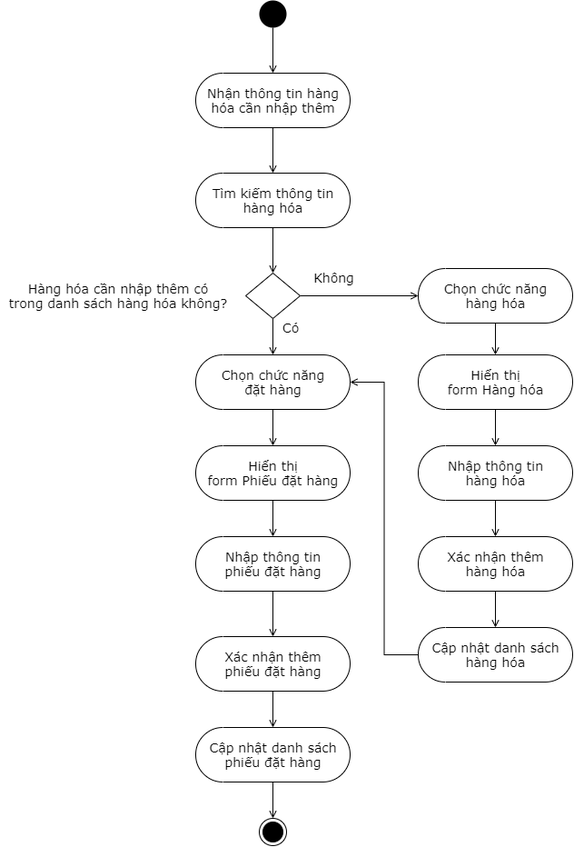
This is Phan_Tich_Thiet_Ke/Diagram/Activity_Diagram/Activity_Diagram_QuanLyKho_DatHang.png from KNhaa/DoAnCNPM, a draw.io export, as it was before one commit. Source tidied: cells renumbered, new cells last; positions are measured from the earlier drawing's top-left corner, leaving out a move shared by most shapes.
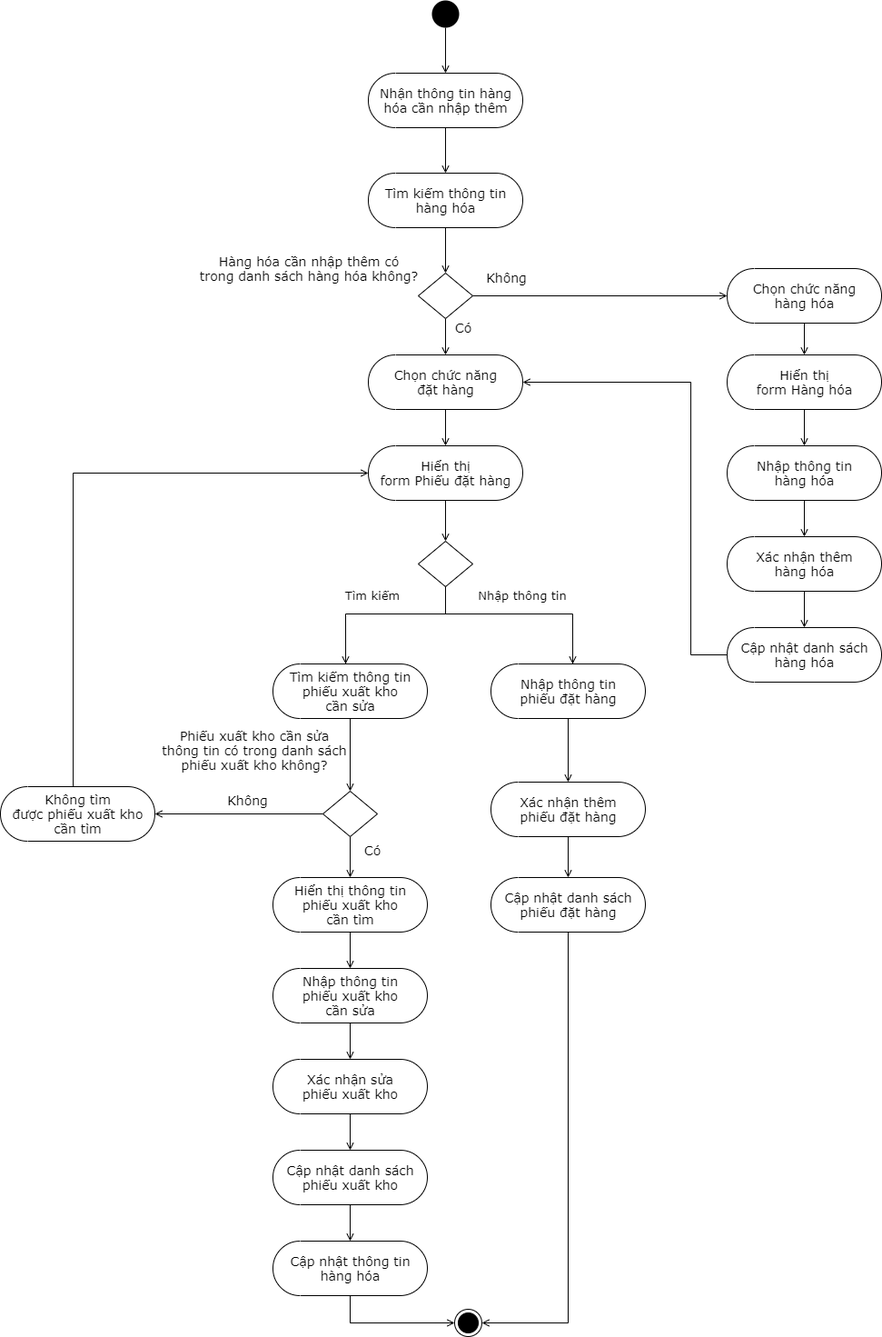
Above is the later version.

Commit message:
Cập nhật lần 1 Activity diagram Quản lý kho

Change to the diagram source:
```diff
@@ -6,100 +6,228 @@
       <mxGeometry relative="1" as="geometry" />
     </mxCell>
     <mxCell id="3" style="ellipse;fillColor=#000000;strokeColor=none;" parent="1" vertex="1">
-      <mxGeometry x="285" width="30" height="30" as="geometry" />
+      <mxGeometry x="135" y="20" width="30" height="30" as="geometry" />
     </mxCell>
     <mxCell id="4" style="edgeStyle=orthogonalEdgeStyle;rounded=0;jettySize=auto;html=1;entryX=0.5;entryY=0;entryDx=0;entryDy=0;fontFamily=Verdana;fontSize=14;endArrow=open;endFill=0;" parent="1" edge="1" source="5" target="8">
       <mxGeometry relative="1" as="geometry" />
     </mxCell>
     <mxCell id="5" value="Tìm kiếm thông tin&lt;br&gt;hàng hóa" style="html=1;dashed=0;whitespace=wrap;shape=mxgraph.dfd.start;fontFamily=Verdana;fontSize=14;" parent="1" vertex="1">
-      <mxGeometry x="215" y="190" width="170" height="60" as="geometry" />
+      <mxGeometry x="65" y="210" width="170" height="60" as="geometry" />
     </mxCell>
-    <mxCell id="6" style="edgeStyle=orthogonalEdgeStyle;rounded=0;jettySize=auto;html=1;fontFamily=Verdana;fontSize=14;endArrow=open;endFill=0;" parent="1" edge="1" source="8" target="11">
+    <mxCell id="6" style="edgeStyle=orthogonalEdgeStyle;rounded=0;jettySize=auto;html=1;fontFamily=Verdana;fontSize=14;endArrow=open;endFill=0;entryX=0;entryY=0.5;entryDx=0;entryDy=0;entryPerimeter=0;" parent="1" edge="1" source="8" target="11">
       <mxGeometry relative="1" as="geometry" />
     </mxCell>
     <mxCell id="7" style="edgeStyle=orthogonalEdgeStyle;rounded=0;jettySize=auto;html=1;entryX=0.5;entryY=0.5;entryDx=0;entryDy=-30;entryPerimeter=0;fontFamily=Verdana;fontSize=14;endArrow=open;endFill=0;" parent="1" edge="1" source="8" target="22">
       <mxGeometry relative="1" as="geometry" />
     </mxCell>
     <mxCell id="8" style="shape=rhombus;html=1;dashed=0;whitespace=wrap;perimeter=rhombusPerimeter;fontFamily=Verdana;fontSize=14;" parent="1" vertex="1">
-      <mxGeometry x="270" y="300" width="60" height="50" as="geometry" />
+      <mxGeometry x="120" y="320" width="60" height="50" as="geometry" />
     </mxCell>
     <mxCell id="9" value="Hàng hóa cần nhập thêm có&lt;br&gt;trong danh sách hàng hóa không?" style="text;html=1;strokeColor=none;fillColor=none;align=center;verticalAlign=middle;whiteSpace=wrap;rounded=0;fontFamily=Verdana;fontSize=14;" parent="1" vertex="1">
-      <mxGeometry y="290" width="260" height="70" as="geometry" />
+      <mxGeometry x="-130" y="280" width="260" height="70" as="geometry" />
     </mxCell>
     <mxCell id="10" style="edgeStyle=orthogonalEdgeStyle;rounded=0;jettySize=auto;html=1;entryX=0.5;entryY=0.5;entryDx=0;entryDy=-30;entryPerimeter=0;endArrow=open;endFill=0;fontFamily=Verdana;fontSize=14;" parent="1" edge="1" source="11" target="30">
       <mxGeometry relative="1" as="geometry" />
     </mxCell>
     <mxCell id="11" value="Chọn chức năng&lt;br&gt;hàng hóa" style="html=1;dashed=0;whitespace=wrap;shape=mxgraph.dfd.start;fontFamily=Verdana;fontSize=14;" parent="1" vertex="1">
-      <mxGeometry x="460" y="295" width="170" height="60" as="geometry" />
+      <mxGeometry x="460" y="315" width="170" height="60" as="geometry" />
     </mxCell>
     <mxCell id="12" value="Không" style="text;html=1;strokeColor=none;fillColor=none;align=center;verticalAlign=middle;whiteSpace=wrap;rounded=0;fontFamily=Verdana;fontSize=14;" parent="1" vertex="1">
-      <mxGeometry x="340" y="295" width="55" height="20" as="geometry" />
+      <mxGeometry x="190" y="315" width="55" height="20" as="geometry" />
     </mxCell>
     <mxCell id="13" value="Có" style="text;html=1;strokeColor=none;fillColor=none;align=center;verticalAlign=middle;whiteSpace=wrap;rounded=0;fontFamily=Verdana;fontSize=14;" parent="1" vertex="1">
-      <mxGeometry x="310" y="350" width="20" height="20" as="geometry" />
+      <mxGeometry x="160" y="370" width="20" height="20" as="geometry" />
     </mxCell>
     <mxCell id="14" style="edgeStyle=orthogonalEdgeStyle;rounded=0;jettySize=auto;html=1;entryX=0.5;entryY=0.5;entryDx=0;entryDy=-30;entryPerimeter=0;fontFamily=Verdana;fontSize=14;endArrow=open;endFill=0;" parent="1" edge="1" source="15" target="5">
       <mxGeometry relative="1" as="geometry" />
     </mxCell>
     <mxCell id="15" value="Nhận thông tin hàng&lt;br&gt;hóa cần nhập thêm" style="html=1;dashed=0;whitespace=wrap;shape=mxgraph.dfd.start;fontFamily=Verdana;fontSize=14;" parent="1" vertex="1">
-      <mxGeometry x="215" y="80" width="170" height="60" as="geometry" />
+      <mxGeometry x="65" y="100" width="170" height="60" as="geometry" />
     </mxCell>
     <mxCell id="16" style="edgeStyle=orthogonalEdgeStyle;rounded=0;jettySize=auto;html=1;entryX=0.5;entryY=0.5;entryDx=0;entryDy=-30;entryPerimeter=0;endArrow=open;endFill=0;fontFamily=Verdana;fontSize=14;" parent="1" edge="1" source="17" target="32">
       <mxGeometry relative="1" as="geometry" />
     </mxCell>
     <mxCell id="17" value="Nhập thông tin&lt;br&gt;phiếu đặt hàng" style="html=1;dashed=0;whitespace=wrap;shape=mxgraph.dfd.start;fontFamily=Verdana;fontSize=14;" parent="1" vertex="1">
-      <mxGeometry x="215" y="590" width="170" height="60" as="geometry" />
+      <mxGeometry x="200" y="750" width="170" height="60" as="geometry" />
     </mxCell>
-    <mxCell id="18" style="edgeStyle=orthogonalEdgeStyle;rounded=0;jettySize=auto;html=1;entryX=0.5;entryY=0;entryDx=0;entryDy=0;fontFamily=Verdana;fontSize=14;endArrow=open;endFill=0;" parent="1" edge="1" source="19" target="20">
-      <mxGeometry relative="1" as="geometry" />
+    <mxCell id="18" style="edgeStyle=orthogonalEdgeStyle;rounded=0;jettySize=auto;html=1;entryX=1;entryY=0.5;entryDx=0;entryDy=0;fontFamily=Verdana;fontSize=14;endArrow=open;endFill=0;" parent="1" edge="1" source="19" target="36">
+      <mxGeometry relative="1" as="geometry">
+        <Array as="points">
+          <mxPoint x="285" y="1475" />
+        </Array>
+      </mxGeometry>
     </mxCell>
     <mxCell id="19" value="Cập nhật danh sách&lt;br&gt;phiếu đặt hàng" style="html=1;dashed=0;whitespace=wrap;shape=mxgraph.dfd.start;fontFamily=Verdana;fontSize=14;" parent="1" vertex="1">
-      <mxGeometry x="215" y="800" width="170" height="60" as="geometry" />
+      <mxGeometry x="200" y="985" width="170" height="60" as="geometry" />
     </mxCell>
-    <mxCell id="20" style="ellipse;html=1;shape=endState;fillColor=#000000;strokeColor=#000000;fontFamily=Verdana;fontSize=14;" parent="1" vertex="1">
-      <mxGeometry x="285" y="900" width="30" height="30" as="geometry" />
-    </mxCell>
     <mxCell id="21" style="edgeStyle=orthogonalEdgeStyle;rounded=0;jettySize=auto;html=1;fontFamily=Verdana;fontSize=14;endArrow=open;endFill=0;" parent="1" edge="1" source="22" target="24">
       <mxGeometry relative="1" as="geometry" />
     </mxCell>
     <mxCell id="22" value="Chọn chức năng&lt;br&gt;đặt hàng" style="html=1;dashed=0;whitespace=wrap;shape=mxgraph.dfd.start;fontFamily=Verdana;fontSize=14;" parent="1" vertex="1">
-      <mxGeometry x="215" y="390" width="170" height="60" as="geometry" />
+      <mxGeometry x="65" y="410" width="170" height="60" as="geometry" />
     </mxCell>
-    <mxCell id="23" style="edgeStyle=orthogonalEdgeStyle;rounded=0;jettySize=auto;html=1;entryX=0.5;entryY=0.5;entryDx=0;entryDy=-30;entryPerimeter=0;fontFamily=Verdana;fontSize=14;endArrow=open;endFill=0;" parent="1" edge="1" source="24" target="17">
-      <mxGeometry relative="1" as="geometry" />
-    </mxCell>
+    <mxCell id="35" style="edgeStyle=orthogonalEdgeStyle;rounded=0;jettySize=auto;html=1;entryX=0.5;entryY=0;entryDx=0;entryDy=0;endArrow=open;endFill=0;fontFamily=Verdana;fontSize=13;" parent="1" edge="1" source="24" target="57">
+      <mxGeometry relative="1" as="geometry" />
+    </mxCell>
     <mxCell id="24" value="Hiển thị&lt;br&gt;form Phiếu đặt hàng" style="html=1;dashed=0;whitespace=wrap;shape=mxgraph.dfd.start;fontFamily=Verdana;fontSize=14;" parent="1" vertex="1">
-      <mxGeometry x="215" y="490" width="170" height="60" as="geometry" />
+      <mxGeometry x="65" y="510" width="170" height="60" as="geometry" />
     </mxCell>
     <mxCell id="25" style="edgeStyle=orthogonalEdgeStyle;rounded=0;jettySize=auto;html=1;entryX=0.5;entryY=0.5;entryDx=0;entryDy=-30;entryPerimeter=0;endArrow=open;endFill=0;fontFamily=Verdana;fontSize=14;" parent="1" edge="1" source="26" target="34">
       <mxGeometry relative="1" as="geometry" />
     </mxCell>
     <mxCell id="26" value="Nhập thông tin&lt;br&gt;hàng hóa" style="html=1;dashed=0;whitespace=wrap;shape=mxgraph.dfd.start;fontFamily=Verdana;fontSize=14;" parent="1" vertex="1">
-      <mxGeometry x="460" y="490" width="170" height="60" as="geometry" />
+      <mxGeometry x="460" y="510" width="170" height="60" as="geometry" />
     </mxCell>
-    <mxCell id="27" style="edgeStyle=orthogonalEdgeStyle;rounded=0;jettySize=auto;html=1;entryX=1;entryY=0.5;entryDx=0;entryDy=0;entryPerimeter=0;endArrow=open;endFill=0;" parent="1" edge="1" source="28" target="22">
-      <mxGeometry relative="1" as="geometry" />
+    <mxCell id="27" style="edgeStyle=orthogonalEdgeStyle;rounded=0;jettySize=auto;html=1;entryX=1;entryY=0.5;entryDx=0;entryDy=0;entryPerimeter=0;endArrow=open;endFill=0;exitX=0;exitY=0.5;exitDx=0;exitDy=0;exitPerimeter=0;" parent="1" edge="1" source="28" target="22">
+      <mxGeometry relative="1" as="geometry">
+        <Array as="points">
+          <mxPoint x="420" y="740" />
+          <mxPoint x="420" y="440" />
+        </Array>
+      </mxGeometry>
     </mxCell>
     <mxCell id="28" value="Cập nhật danh sách&lt;br&gt;hàng hóa" style="html=1;dashed=0;whitespace=wrap;shape=mxgraph.dfd.start;fontFamily=Verdana;fontSize=14;" parent="1" vertex="1">
-      <mxGeometry x="460" y="690" width="170" height="60" as="geometry" />
+      <mxGeometry x="460" y="710" width="170" height="60" as="geometry" />
     </mxCell>
     <mxCell id="29" style="edgeStyle=orthogonalEdgeStyle;rounded=0;jettySize=auto;html=1;entryX=0.5;entryY=0.5;entryDx=0;entryDy=-30;entryPerimeter=0;fontFamily=Verdana;fontSize=14;endArrow=open;endFill=0;" parent="1" edge="1" source="30" target="26">
       <mxGeometry relative="1" as="geometry" />
     </mxCell>
     <mxCell id="30" value="Hiển thị&lt;br&gt;form Hàng hóa" style="html=1;dashed=0;whitespace=wrap;shape=mxgraph.dfd.start;fontFamily=Verdana;fontSize=14;" parent="1" vertex="1">
-      <mxGeometry x="460" y="390" width="170" height="60" as="geometry" />
+      <mxGeometry x="460" y="410" width="170" height="60" as="geometry" />
     </mxCell>
     <mxCell id="31" style="edgeStyle=orthogonalEdgeStyle;rounded=0;jettySize=auto;html=1;entryX=0.5;entryY=0.5;entryDx=0;entryDy=-30;entryPerimeter=0;endArrow=open;endFill=0;fontFamily=Verdana;fontSize=14;" parent="1" edge="1" source="32" target="19">
       <mxGeometry relative="1" as="geometry" />
     </mxCell>
     <mxCell id="32" value="Xác nhận thêm&lt;br&gt;phiếu đặt hàng" style="html=1;dashed=0;whitespace=wrap;shape=mxgraph.dfd.start;fontFamily=Verdana;fontSize=14;" parent="1" vertex="1">
-      <mxGeometry x="215" y="700" width="170" height="60" as="geometry" />
+      <mxGeometry x="200" y="880" width="170" height="60" as="geometry" />
     </mxCell>
     <mxCell id="33" style="edgeStyle=orthogonalEdgeStyle;rounded=0;jettySize=auto;html=1;entryX=0.5;entryY=0.5;entryDx=0;entryDy=-30;entryPerimeter=0;endArrow=open;endFill=0;fontFamily=Verdana;fontSize=14;" parent="1" edge="1" source="34" target="28">
       <mxGeometry relative="1" as="geometry" />
     </mxCell>
     <mxCell id="34" value="Xác nhận thêm&lt;br&gt;hàng hóa" style="html=1;dashed=0;whitespace=wrap;shape=mxgraph.dfd.start;fontFamily=Verdana;fontSize=14;" parent="1" vertex="1">
-      <mxGeometry x="460" y="590" width="170" height="60" as="geometry" />
+      <mxGeometry x="460" y="610" width="170" height="60" as="geometry" />
     </mxCell>
+    <mxCell id="36" style="ellipse;html=1;shape=endState;fillColor=#000000;strokeColor=#000000;fontFamily=Verdana;fontSize=14;" parent="1" vertex="1">
+      <mxGeometry x="160" y="1460" width="30" height="30" as="geometry" />
+    </mxCell>
+    <mxCell id="37" style="edgeStyle=orthogonalEdgeStyle;rounded=0;jettySize=auto;html=1;entryX=0.5;entryY=0.5;entryDx=0;entryDy=-30;entryPerimeter=0;endArrow=open;endFill=0;fontFamily=Verdana;fontSize=14;" parent="1" edge="1" source="38" target="42">
+      <mxGeometry relative="1" as="geometry" />
+    </mxCell>
+    <mxCell id="38" value="Nhập thông tin&lt;br&gt;phiếu xuất kho&lt;br&gt;cần sửa" style="html=1;dashed=0;whitespace=wrap;shape=mxgraph.dfd.start;fontFamily=Verdana;fontSize=14;" parent="1" vertex="1">
+      <mxGeometry x="-40" y="1085" width="170" height="60" as="geometry" />
+    </mxCell>
+    <mxCell id="39" style="edgeStyle=orthogonalEdgeStyle;rounded=0;jettySize=auto;html=1;entryX=0;entryY=0.5;entryDx=0;entryDy=0;endArrow=open;endFill=0;fontFamily=Verdana;fontSize=14;" parent="1" edge="1" source="40" target="36">
+      <mxGeometry relative="1" as="geometry">
+        <Array as="points">
+          <mxPoint x="45" y="1475" />
+        </Array>
+      </mxGeometry>
+    </mxCell>
+    <mxCell id="40" value="Cập nhật thông tin&lt;br&gt;hàng hóa" style="html=1;dashed=0;whitespace=wrap;shape=mxgraph.dfd.start;fontFamily=Verdana;fontSize=14;" parent="1" vertex="1">
+      <mxGeometry x="-40" y="1385" width="170" height="60" as="geometry" />
+    </mxCell>
+    <mxCell id="41" style="edgeStyle=orthogonalEdgeStyle;rounded=0;jettySize=auto;html=1;entryX=0.5;entryY=0.5;entryDx=0;entryDy=-30;entryPerimeter=0;endArrow=open;endFill=0;" parent="1" edge="1" source="42" target="56">
+      <mxGeometry relative="1" as="geometry" />
+    </mxCell>
+    <mxCell id="42" value="Xác nhận sửa&lt;br&gt;phiếu xuất kho" style="html=1;dashed=0;whitespace=wrap;shape=mxgraph.dfd.start;fontFamily=Verdana;fontSize=14;" parent="1" vertex="1">
+      <mxGeometry x="-40" y="1185" width="170" height="60" as="geometry" />
+    </mxCell>
+    <mxCell id="43" style="edgeStyle=orthogonalEdgeStyle;rounded=0;jettySize=auto;html=1;entryX=0.5;entryY=0;entryDx=0;entryDy=0;endArrow=open;endFill=0;fontFamily=Verdana;fontSize=14;" parent="1" edge="1" source="44" target="49">
+      <mxGeometry relative="1" as="geometry" />
+    </mxCell>
+    <mxCell id="44" value="Tìm kiếm thông tin&lt;br&gt;phiếu xuất kho&lt;br&gt;cần sửa" style="html=1;dashed=0;whitespace=wrap;shape=mxgraph.dfd.start;fontFamily=Verdana;fontSize=14;" parent="1" vertex="1">
+      <mxGeometry x="-40" y="750" width="170" height="60" as="geometry" />
+    </mxCell>
+    <mxCell id="45" style="edgeStyle=orthogonalEdgeStyle;rounded=0;jettySize=auto;html=1;entryX=0.5;entryY=0.5;entryDx=0;entryDy=-30;entryPerimeter=0;endArrow=open;endFill=0;fontFamily=Verdana;fontSize=14;" parent="1" edge="1" source="46" target="38">
+      <mxGeometry relative="1" as="geometry" />
+    </mxCell>
+    <mxCell id="46" value="Hiển thị thông tin&lt;br&gt;phiếu xuất kho&lt;br&gt;cần tìm" style="html=1;dashed=0;whitespace=wrap;shape=mxgraph.dfd.start;fontFamily=Verdana;fontSize=14;" parent="1" vertex="1">
+      <mxGeometry x="-40" y="985" width="170" height="60" as="geometry" />
+    </mxCell>
+    <mxCell id="47" style="edgeStyle=orthogonalEdgeStyle;rounded=0;jettySize=auto;html=1;entryX=0.5;entryY=0.5;entryDx=0;entryDy=-30;entryPerimeter=0;endArrow=open;endFill=0;fontFamily=Verdana;fontSize=14;" parent="1" edge="1" source="49" target="46">
+      <mxGeometry relative="1" as="geometry" />
+    </mxCell>
+    <mxCell id="48" style="edgeStyle=orthogonalEdgeStyle;rounded=0;jettySize=auto;html=1;endArrow=open;endFill=0;fontFamily=Verdana;fontSize=13;" parent="1" edge="1" source="49" target="51">
+      <mxGeometry relative="1" as="geometry" />
+    </mxCell>
+    <mxCell id="49" style="shape=rhombus;html=1;dashed=0;whitespace=wrap;perimeter=rhombusPerimeter;fontFamily=Verdana;fontSize=14;" parent="1" vertex="1">
+      <mxGeometry x="15" y="890" width="60" height="50" as="geometry" />
+    </mxCell>
+    <mxCell id="50" style="edgeStyle=orthogonalEdgeStyle;rounded=0;jettySize=auto;html=1;entryX=0;entryY=0.5;entryDx=0;entryDy=0;entryPerimeter=0;endArrow=open;endFill=0;fontFamily=Verdana;fontSize=13;" parent="1" edge="1" source="51" target="24">
+      <mxGeometry relative="1" as="geometry">
+        <Array as="points">
+          <mxPoint x="-260" y="540" />
+        </Array>
+      </mxGeometry>
+    </mxCell>
+    <mxCell id="51" value="Không tìm&lt;br&gt;được phiếu xuất kho&lt;span&gt;&lt;br&gt;&lt;/span&gt;cần tìm" style="html=1;dashed=0;whitespace=wrap;shape=mxgraph.dfd.start;fontFamily=Verdana;fontSize=14;" parent="1" vertex="1">
+      <mxGeometry x="-340" y="885" width="170" height="60" as="geometry" />
+    </mxCell>
+    <mxCell id="52" value="P&lt;span&gt;hiếu&amp;nbsp;&lt;/span&gt;&lt;span&gt;xuất kho&lt;/span&gt;&lt;span&gt;&amp;nbsp;&lt;/span&gt;cần sửa&lt;br&gt;thông tin có trong danh sách&lt;br&gt;p&lt;span&gt;hiếu xuất kho&amp;nbsp;&lt;/span&gt;không?" style="text;html=1;strokeColor=none;fillColor=none;align=center;verticalAlign=middle;whiteSpace=wrap;rounded=0;fontFamily=Verdana;fontSize=14;" parent="1" vertex="1">
+      <mxGeometry x="-170" y="810" width="220" height="70" as="geometry" />
+    </mxCell>
+    <mxCell id="53" value="Không" style="text;html=1;strokeColor=none;fillColor=none;align=center;verticalAlign=middle;whiteSpace=wrap;rounded=0;fontFamily=Verdana;fontSize=14;" parent="1" vertex="1">
+      <mxGeometry x="-95" y="890" width="55" height="20" as="geometry" />
+    </mxCell>
+    <mxCell id="54" value="Có" style="text;html=1;strokeColor=none;fillColor=none;align=center;verticalAlign=middle;whiteSpace=wrap;rounded=0;fontFamily=Verdana;fontSize=14;" parent="1" vertex="1">
+      <mxGeometry x="60" y="945" width="20" height="20" as="geometry" />
+    </mxCell>
+    <mxCell id="55" style="edgeStyle=orthogonalEdgeStyle;rounded=0;jettySize=auto;html=1;endArrow=open;endFill=0;" parent="1" edge="1" source="56" target="40">
+      <mxGeometry relative="1" as="geometry" />
+    </mxCell>
+    <mxCell id="56" value="Cập nhật danh sách&lt;br&gt;&lt;span&gt;p&lt;/span&gt;&lt;span&gt;hiếu xuất kho&lt;/span&gt;" style="html=1;dashed=0;whitespace=wrap;shape=mxgraph.dfd.start;fontFamily=Verdana;fontSize=14;" parent="1" vertex="1">
+      <mxGeometry x="-40" y="1285" width="170" height="60" as="geometry" />
+    </mxCell>
+    <mxCell id="57" style="shape=rhombus;html=1;dashed=0;whitespace=wrap;perimeter=rhombusPerimeter;fontFamily=Verdana;fontSize=14;" parent="1" vertex="1">
+      <mxGeometry x="120" y="615" width="60" height="50" as="geometry" />
+    </mxCell>
+    <mxCell id="58" style="edgeStyle=orthogonalEdgeStyle;rounded=0;orthogonalLoop=1;jettySize=auto;html=1;fontFamily=Verdana;fontSize=14;endArrow=open;endFill=0;" parent="1" edge="1">
+      <mxGeometry relative="1" as="geometry">
+        <mxPoint x="290" y="695" as="sourcePoint" />
+        <mxPoint x="290" y="750" as="targetPoint" />
+        <Array as="points">
+          <mxPoint x="290" y="750" />
+        </Array>
+      </mxGeometry>
+    </mxCell>
+    <mxCell id="59" style="edgeStyle=orthogonalEdgeStyle;rounded=0;orthogonalLoop=1;jettySize=auto;html=1;endArrow=open;endFill=0;fontFamily=Verdana;fontSize=14;" parent="1" edge="1">
+      <mxGeometry relative="1" as="geometry">
+        <mxPoint x="40" y="695" as="sourcePoint" />
+        <mxPoint x="40" y="750" as="targetPoint" />
+        <Array as="points">
+          <mxPoint x="40" y="750" />
+        </Array>
+      </mxGeometry>
+    </mxCell>
+    <mxCell id="60" style="edgeStyle=orthogonalEdgeStyle;rounded=0;orthogonalLoop=1;jettySize=auto;html=1;endArrow=none;endFill=0;fontFamily=Verdana;fontSize=13;" parent="1" edge="1">
+      <mxGeometry relative="1" as="geometry">
+        <mxPoint x="150" y="665" as="sourcePoint" />
+        <mxPoint x="150" y="695" as="targetPoint" />
+      </mxGeometry>
+    </mxCell>
+    <mxCell id="61" style="endArrow=none;html=1;fontFamily=Verdana;fontSize=13;" parent="1" edge="1">
+      <mxGeometry relative="1" as="geometry">
+        <mxPoint x="40" y="695" as="sourcePoint" />
+        <mxPoint x="290" y="695" as="targetPoint" />
+      </mxGeometry>
+    </mxCell>
+    <mxCell id="62" style="endArrow=none;html=1;fontFamily=Verdana;fontSize=13;" parent="1" edge="1">
+      <mxGeometry relative="1" as="geometry">
+        <mxPoint x="150" y="695" as="sourcePoint" />
+        <mxPoint x="150" y="665" as="targetPoint" />
+      </mxGeometry>
+    </mxCell>
+    <mxCell id="63" style="endArrow=none;html=1;fontFamily=Verdana;fontSize=13;" parent="1" edge="1">
+      <mxGeometry relative="1" as="geometry">
+        <mxPoint x="50" y="695" as="sourcePoint" />
+        <mxPoint x="250" y="695" as="targetPoint" />
+      </mxGeometry>
+    </mxCell>
+    <mxCell id="64" value="Tìm kiếm" style="text;html=1;strokeColor=none;fillColor=none;align=center;verticalAlign=middle;whiteSpace=wrap;rounded=0;fontFamily=Verdana;fontSize=13;" parent="1" vertex="1">
+      <mxGeometry x="30" y="665" width="80" height="20" as="geometry" />
+    </mxCell>
+    <mxCell id="65" value="Nhập thông tin" style="text;html=1;strokeColor=none;fillColor=none;align=center;verticalAlign=middle;whiteSpace=wrap;rounded=0;fontFamily=Verdana;fontSize=13;" parent="1" vertex="1">
+      <mxGeometry x="180" y="665" width="110" height="20" as="geometry" />
+    </mxCell>
   </root>
 </mxGraphModel>
```
